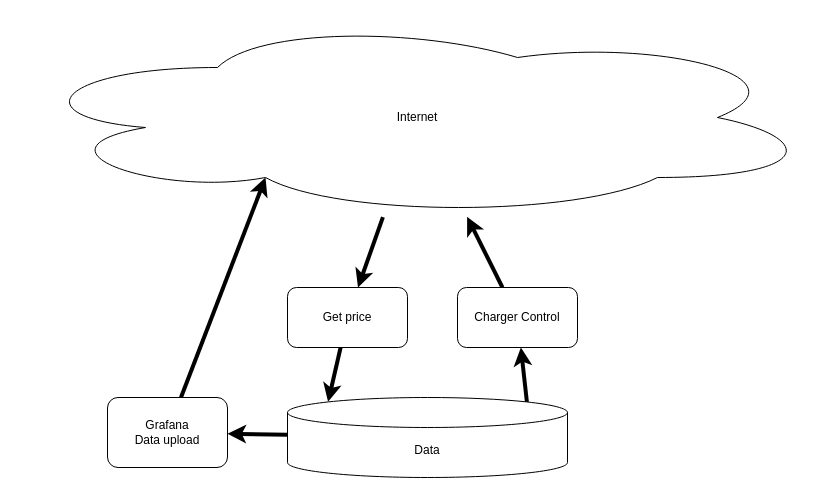
Above: design.drawio in rhjensen79/perfect-charge (draw.io), before the change. Source tidied: cells renumbered, new cells numbered last; positions are measured from the earlier drawing's top-left corner, leaving out a move shared by most shapes. Both pictures are drawn from the tidied source at 100%, with x=0, y=0 at pixel (17, 17).
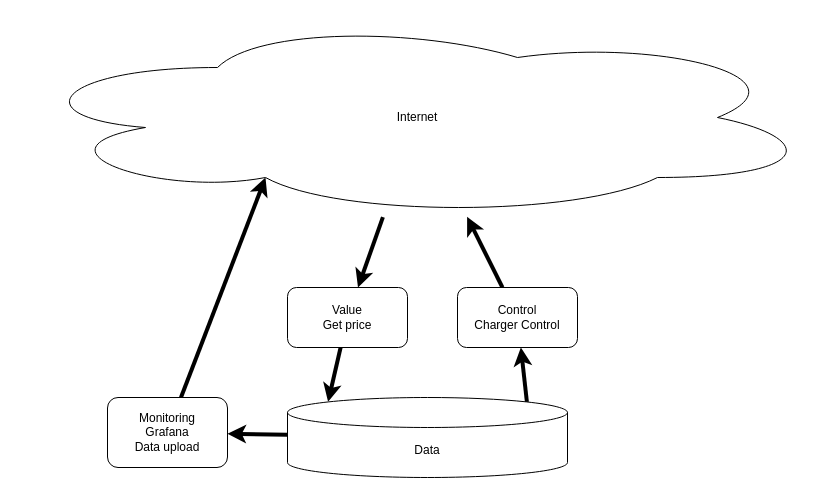
The same diagram, later.

The edit, as a diff of the source:
```diff
@@
 <mxGraphModel>
   <root>
     <mxCell id="0" />
     <mxCell id="1" parent="0" />
     <mxCell id="2" style="edgeStyle=none;html=1;entryX=0.31;entryY=0.8;entryDx=0;entryDy=0;entryPerimeter=0;strokeWidth=4;" parent="1" edge="1" source="3" target="12">
       <mxGeometry relative="1" as="geometry" />
     </mxCell>
-    <mxCell id="3" value="Grafana &lt;br&gt;Data upload" style="rounded=1;whiteSpace=wrap;html=1;" parent="1" vertex="1">
+    <mxCell id="3" value="Monitoring&lt;br&gt;Grafana &lt;br&gt;Data upload" style="rounded=1;whiteSpace=wrap;html=1;" parent="1" vertex="1">
       <mxGeometry x="90" y="380" width="120" height="70" as="geometry" />
     </mxCell>
     <mxCell id="4" style="edgeStyle=none;html=1;entryX=0.145;entryY=0;entryDx=0;entryDy=4.35;entryPerimeter=0;strokeWidth=4;" parent="1" edge="1" source="5" target="8">
       <mxGeometry relative="1" as="geometry" />
     </mxCell>
-    <mxCell id="5" value="Get price" style="rounded=1;whiteSpace=wrap;html=1;" parent="1" vertex="1">
+    <mxCell id="5" value="Value&lt;br&gt;Get price" style="rounded=1;whiteSpace=wrap;html=1;" parent="1" vertex="1">
       <mxGeometry x="270" y="270" width="120" height="60" as="geometry" />
     </mxCell>
     <mxCell id="6" style="edgeStyle=none;html=1;exitX=0.855;exitY=0;exitDx=0;exitDy=4.35;exitPerimeter=0;strokeWidth=4;" parent="1" edge="1" source="8" target="10">
       <mxGeometry relative="1" as="geometry" />
     </mxCell>
     <mxCell id="7" style="edgeStyle=none;html=1;strokeWidth=4;" parent="1" edge="1" source="8" target="3">
       <mxGeometry relative="1" as="geometry" />
     </mxCell>
     <mxCell id="8" value="Data" style="shape=cylinder3;whiteSpace=wrap;html=1;boundedLbl=1;backgroundOutline=1;size=15;" parent="1" vertex="1">
       <mxGeometry x="270" y="380" width="280" height="80" as="geometry" />
     </mxCell>
     <mxCell id="9" style="edgeStyle=none;html=1;strokeWidth=4;" parent="1" edge="1" source="10" target="12">
       <mxGeometry relative="1" as="geometry" />
     </mxCell>
-    <mxCell id="10" value="Charger Control" style="rounded=1;whiteSpace=wrap;html=1;" parent="1" vertex="1">
+    <mxCell id="10" value="Control&lt;br&gt;Charger Control" style="rounded=1;whiteSpace=wrap;html=1;" parent="1" vertex="1">
       <mxGeometry x="440" y="270" width="120" height="60" as="geometry" />
     </mxCell>
     <mxCell id="11" style="edgeStyle=none;html=1;strokeWidth=4;" parent="1" edge="1" source="12" target="5">
       <mxGeometry relative="1" as="geometry" />
     </mxCell>
     <mxCell id="12" value="Internet" style="ellipse;shape=cloud;whiteSpace=wrap;html=1;" parent="1" vertex="1">
       <mxGeometry width="800" height="200" as="geometry" />
     </mxCell>
   </root>
 </mxGraphModel>
```
